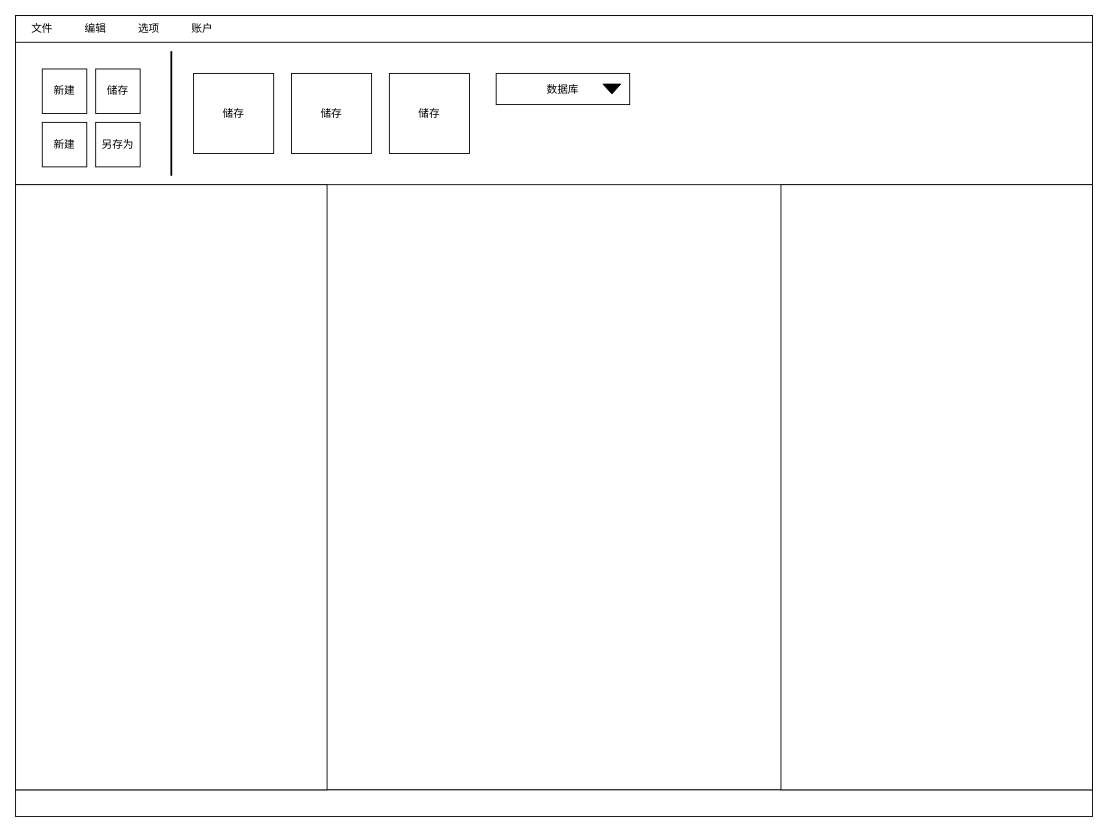
The draw.io diagram 未命名绘图.drawio in SiriusFang2020/DrowIOProjs, before the edit. Source tidied: cells renumbered, new cells numbered last; positions are measured from the earlier drawing's top-left corner, leaving out a move shared by most shapes. Both pictures are drawn from the tidied source at 89%, with x=0, y=0 at pixel (15, 15).
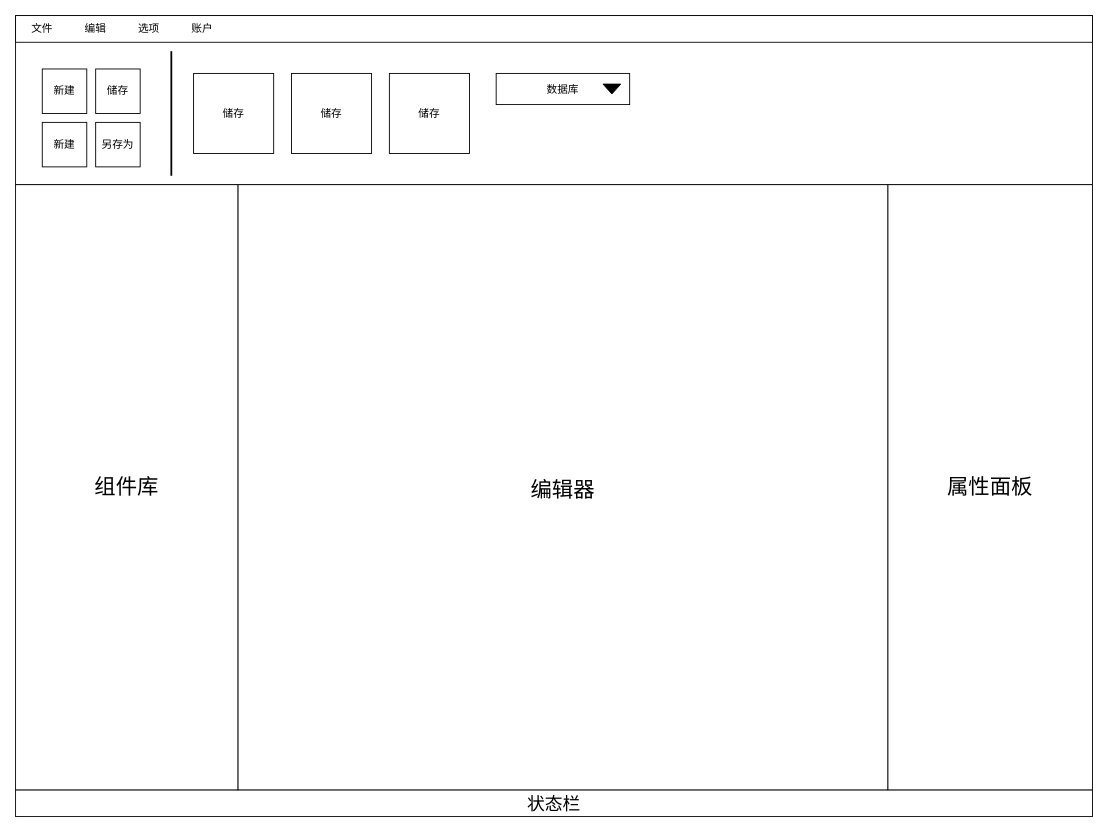
The same diagram, later.

Commit message (it also covers changes not shown here):
更新未命名绘图.drawio

The edit, as a diff of the source:
```diff
@@
-    <mxCell id="2" style="rounded=0;whiteSpace=wrap;html=1;" parent="1" vertex="1">
-      <mxGeometry width="1210" height="870" as="geometry" />
-    </mxCell>
@@
-    <mxCell id="4" style="rounded=0;whiteSpace=wrap;html=1;" parent="1" vertex="1">
+    <mxCell id="4" value="&lt;font style=&quot;font-size: 20px;&quot;&gt;状态栏&lt;/font&gt;" style="rounded=0;whiteSpace=wrap;html=1;" parent="1" vertex="1">
       <mxGeometry y="870" width="1210" height="30" as="geometry" />
     </mxCell>
-    <mxCell id="5" style="rounded=0;whiteSpace=wrap;html=1;" parent="1" vertex="1">
-      <mxGeometry y="190" width="350" height="680" as="geometry" />
+    <mxCell id="5" value="&lt;font style=&quot;font-size: 24px;&quot;&gt;组件库&lt;/font&gt;" style="rounded=0;whiteSpace=wrap;html=1;" parent="1" vertex="1">
+      <mxGeometry y="190" width="250" height="680" as="geometry" />
     </mxCell>
-    <mxCell id="6" style="rounded=0;whiteSpace=wrap;html=1;" parent="1" vertex="1">
-      <mxGeometry x="860" y="190" width="350" height="680" as="geometry" />
+    <mxCell id="6" value="&lt;font style=&quot;font-size: 24px;&quot;&gt;属性面板&lt;/font&gt;" style="rounded=0;whiteSpace=wrap;html=1;" parent="1" vertex="1">
+      <mxGeometry x="980" y="190" width="230" height="680" as="geometry" />
     </mxCell>
@@
+    <mxCell id="22" value="&lt;font style=&quot;font-size: 24px;&quot;&gt;编辑器&lt;/font&gt;" style="rounded=0;whiteSpace=wrap;html=1;fontSize=30;fillColor=#FFFFFF;" parent="1" vertex="1">
+      <mxGeometry x="250" y="190" width="730" height="680" as="geometry" />
+    </mxCell>
```
